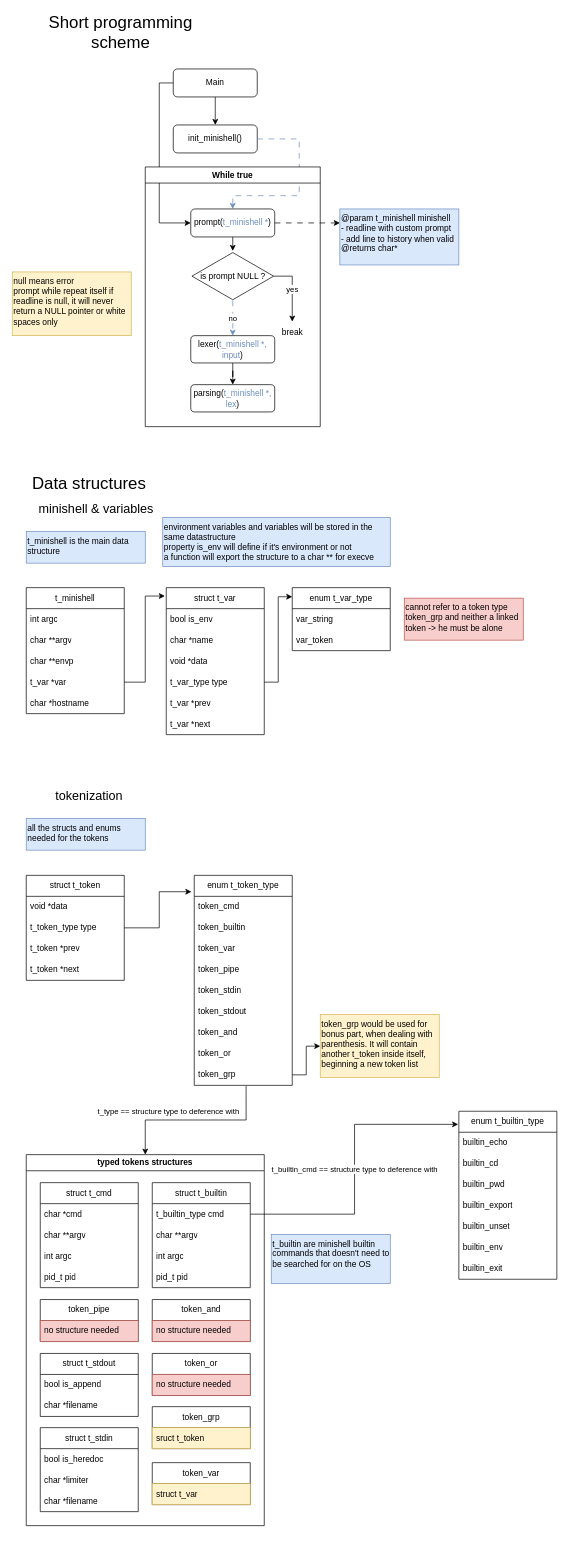
This is docs/flow_scheme.drawio from RPDJF/42-minishell, a draw.io file, before an edit. Source tidied: cells renumbered, new cells numbered last; positions are measured from the earlier drawing's top-left corner, leaving out a move shared by most shapes. Both pictures are drawn from the tidied source at 70%, with x=0, y=0 at pixel (12, 13).
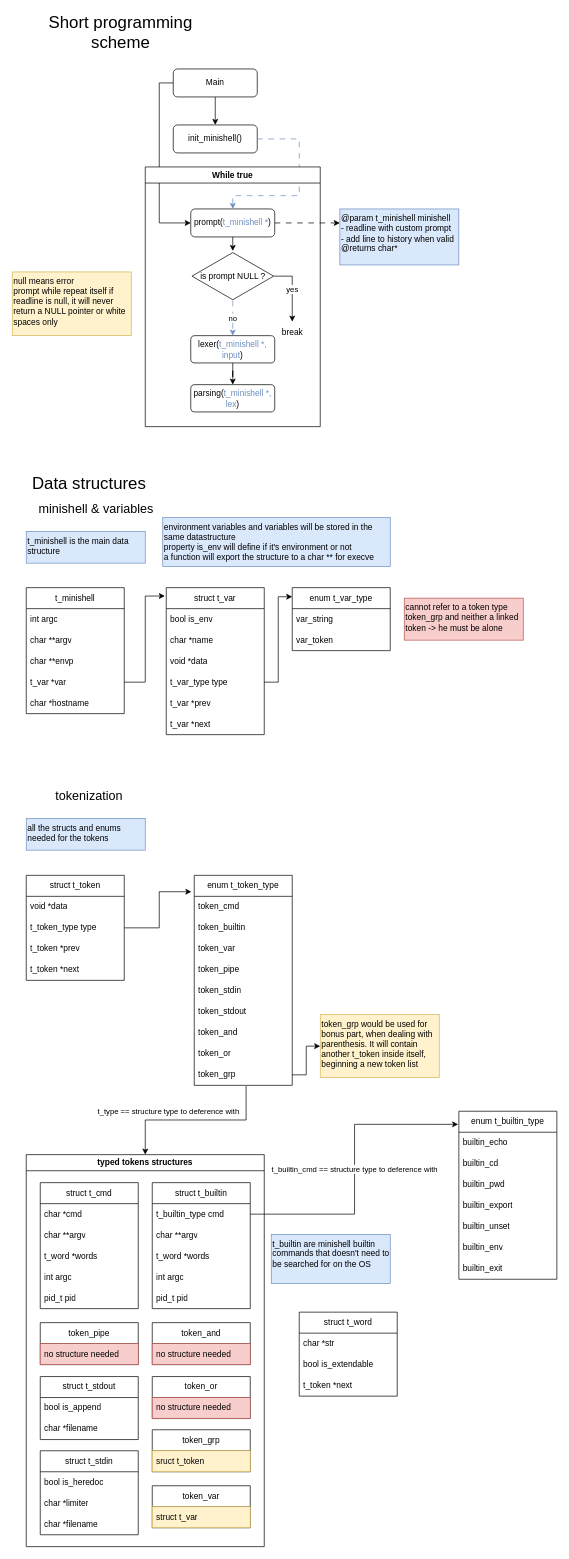
The same page after the edit.

What changed in the source:
```diff
@@
     <mxCell id="37" value="typed tokens structures" style="swimlane;whiteSpace=wrap;html=1;" parent="1" vertex="1">
-      <mxGeometry x="20" y="1631" width="340" height="530" as="geometry" />
+      <mxGeometry x="20" y="1631" width="340" height="560" as="geometry" />
     </mxCell>
     <mxCell id="38" value="struct t_cmd" style="swimlane;fontStyle=0;horizontal=1;startSize=30;whiteSpace=wrap;html=1;" parent="37" vertex="1">
-      <mxGeometry x="20" y="40" width="140" height="150" as="geometry" />
+      <mxGeometry x="20" y="40" width="140" height="180" as="geometry" />
     </mxCell>
@@
+    <mxCell id="103" value="t_word *words" style="text;strokeColor=none;fillColor=none;align=left;verticalAlign=middle;spacingLeft=4;spacingRight=4;overflow=hidden;whiteSpace=wrap;html=1;" parent="38" vertex="1">
+      <mxGeometry y="90" width="140" height="30" as="geometry" />
+    </mxCell>
     <mxCell id="41" value="int argc" style="text;strokeColor=none;fillColor=none;align=left;verticalAlign=middle;spacingLeft=4;spacingRight=4;overflow=hidden;whiteSpace=wrap;html=1;" parent="38" vertex="1">
-      <mxGeometry y="90" width="140" height="30" as="geometry" />
+      <mxGeometry y="120" width="140" height="30" as="geometry" />
     </mxCell>
     <mxCell id="42" value="pid_t pid" style="text;strokeColor=none;fillColor=none;align=left;verticalAlign=middle;spacingLeft=4;spacingRight=4;overflow=hidden;whiteSpace=wrap;html=1;" parent="38" vertex="1">
-      <mxGeometry y="120" width="140" height="30" as="geometry" />
+      <mxGeometry y="150" width="140" height="30" as="geometry" />
     </mxCell>
     <mxCell id="43" value="struct t_builtin" style="swimlane;fontStyle=0;horizontal=1;startSize=30;whiteSpace=wrap;html=1;" parent="37" vertex="1">
-      <mxGeometry x="180" y="40" width="140" height="150" as="geometry" />
+      <mxGeometry x="180" y="40" width="140" height="180" as="geometry" />
     </mxCell>
@@
+    <mxCell id="104" value="t_word *words" style="text;strokeColor=none;fillColor=none;align=left;verticalAlign=middle;spacingLeft=4;spacingRight=4;overflow=hidden;whiteSpace=wrap;html=1;" parent="43" vertex="1">
+      <mxGeometry y="90" width="140" height="30" as="geometry" />
+    </mxCell>
     <mxCell id="46" value="int argc" style="text;strokeColor=none;fillColor=none;align=left;verticalAlign=middle;spacingLeft=4;spacingRight=4;overflow=hidden;whiteSpace=wrap;html=1;" parent="43" vertex="1">
-      <mxGeometry y="90" width="140" height="30" as="geometry" />
+      <mxGeometry y="120" width="140" height="30" as="geometry" />
     </mxCell>
     <mxCell id="47" value="pid_t pid" style="text;strokeColor=none;fillColor=none;align=left;verticalAlign=middle;spacingLeft=4;spacingRight=4;overflow=hidden;whiteSpace=wrap;html=1;" parent="43" vertex="1">
-      <mxGeometry y="120" width="140" height="30" as="geometry" />
+      <mxGeometry y="150" width="140" height="30" as="geometry" />
     </mxCell>
     <mxCell id="48" value="token_pipe" style="swimlane;fontStyle=0;horizontal=1;startSize=30;whiteSpace=wrap;html=1;" parent="37" vertex="1">
-      <mxGeometry x="20" y="207" width="140" height="60" as="geometry" />
+      <mxGeometry x="20" y="240" width="140" height="60" as="geometry" />
     </mxCell>
@@
     <mxCell id="50" value="struct t_stdout" style="swimlane;fontStyle=0;horizontal=1;startSize=30;whiteSpace=wrap;html=1;" parent="37" vertex="1">
-      <mxGeometry x="20" y="284" width="140" height="90" as="geometry" />
+      <mxGeometry x="20" y="317" width="140" height="90" as="geometry" />
     </mxCell>
@@
     <mxCell id="53" value="token_and" style="swimlane;fontStyle=0;horizontal=1;startSize=30;whiteSpace=wrap;html=1;" parent="37" vertex="1">
-      <mxGeometry x="180" y="207" width="140" height="60" as="geometry" />
+      <mxGeometry x="180" y="240" width="140" height="60" as="geometry" />
     </mxCell>
@@
     <mxCell id="55" value="token_or" style="swimlane;fontStyle=0;horizontal=1;startSize=30;whiteSpace=wrap;html=1;" parent="37" vertex="1">
-      <mxGeometry x="180" y="284" width="140" height="60" as="geometry" />
+      <mxGeometry x="180" y="317" width="140" height="60" as="geometry" />
     </mxCell>
@@
     <mxCell id="57" value="struct t_stdin" style="swimlane;fontStyle=0;horizontal=1;startSize=30;whiteSpace=wrap;html=1;" parent="37" vertex="1">
-      <mxGeometry x="20" y="390" width="140" height="120" as="geometry" />
+      <mxGeometry x="20" y="423" width="140" height="120" as="geometry" />
     </mxCell>
@@
     <mxCell id="61" value="token_grp" style="swimlane;fontStyle=0;horizontal=1;startSize=30;whiteSpace=wrap;html=1;" parent="37" vertex="1">
-      <mxGeometry x="180" y="360" width="140" height="60" as="geometry" />
+      <mxGeometry x="180" y="393" width="140" height="60" as="geometry" />
     </mxCell>
@@
     <mxCell id="63" value="token_var" style="swimlane;fontStyle=0;horizontal=1;startSize=30;whiteSpace=wrap;html=1;" parent="37" vertex="1">
-      <mxGeometry x="180" y="440" width="140" height="60" as="geometry" />
+      <mxGeometry x="180" y="473" width="140" height="60" as="geometry" />
     </mxCell>
@@
+    <mxCell id="105" value="struct t_word" style="swimlane;fontStyle=0;horizontal=1;startSize=30;whiteSpace=wrap;html=1;" parent="1" vertex="1">
+      <mxGeometry x="410" y="1856" width="140" height="120" as="geometry" />
+    </mxCell>
+    <mxCell id="106" value="char *str" style="text;strokeColor=none;fillColor=none;align=left;verticalAlign=middle;spacingLeft=4;spacingRight=4;overflow=hidden;whiteSpace=wrap;html=1;" parent="105" vertex="1">
+      <mxGeometry y="30" width="140" height="30" as="geometry" />
+    </mxCell>
+    <mxCell id="107" value="bool is_extendable" style="text;strokeColor=none;fillColor=none;align=left;verticalAlign=middle;spacingLeft=4;spacingRight=4;overflow=hidden;whiteSpace=wrap;html=1;" parent="105" vertex="1">
+      <mxGeometry y="60" width="140" height="30" as="geometry" />
+    </mxCell>
+    <mxCell id="108" value="t_token *next" style="text;strokeColor=none;fillColor=none;align=left;verticalAlign=middle;spacingLeft=4;spacingRight=4;overflow=hidden;whiteSpace=wrap;html=1;" parent="105" vertex="1">
+      <mxGeometry y="90" width="140" height="30" as="geometry" />
+    </mxCell>
```
